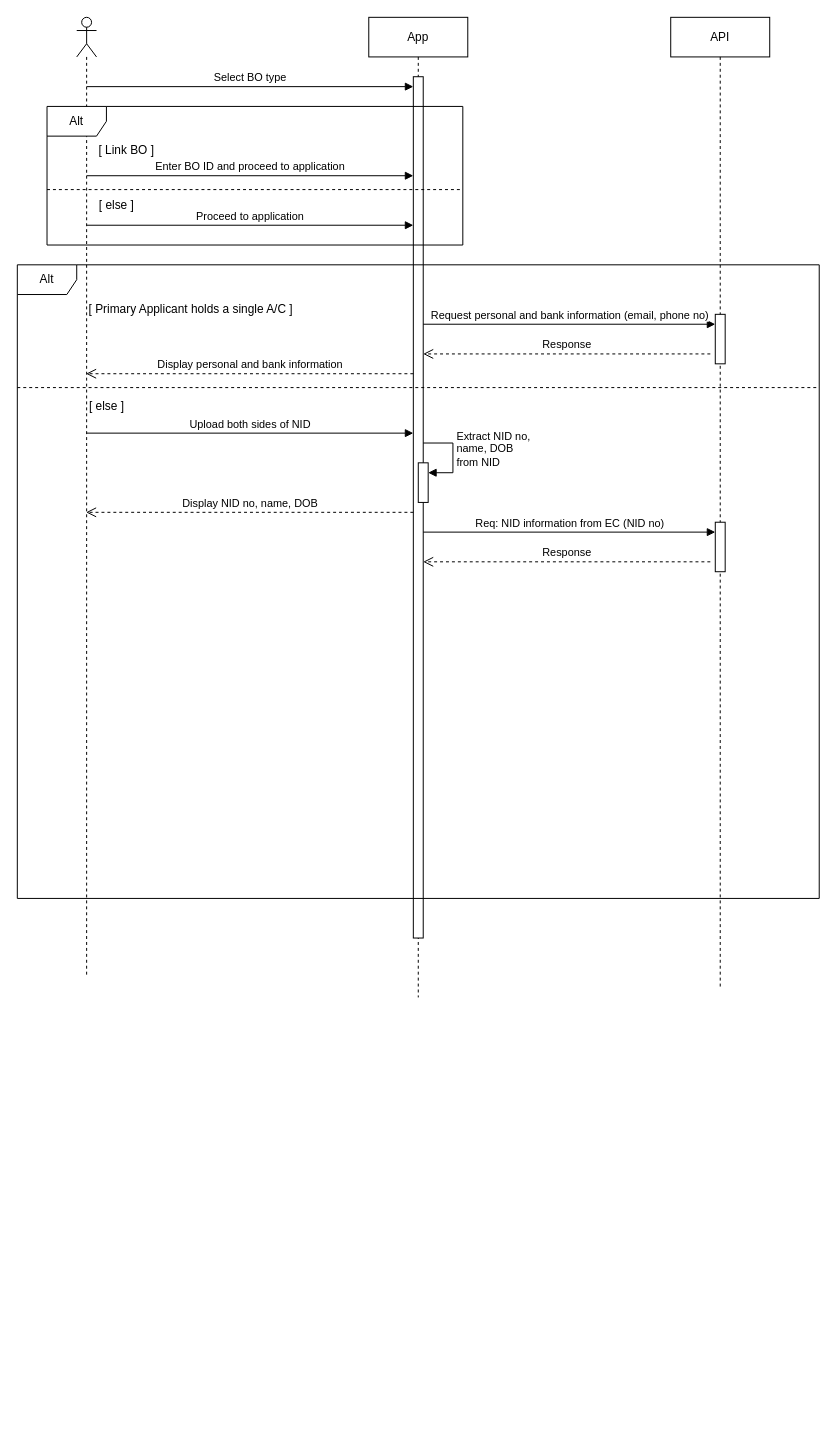
This is page "Page-3" (3 of 3) of src/assets/onboarding_first_demo.drawio from Eritra064/test_repo, a draw.io file, before an edit. Source tidied: cells renumbered, new cells numbered last; positions are measured from the earlier drawing's top-left corner, leaving out a move shared by most shapes. Both pictures are drawn from the tidied source at 99%, with x=0, y=0 at pixel (17, 17).
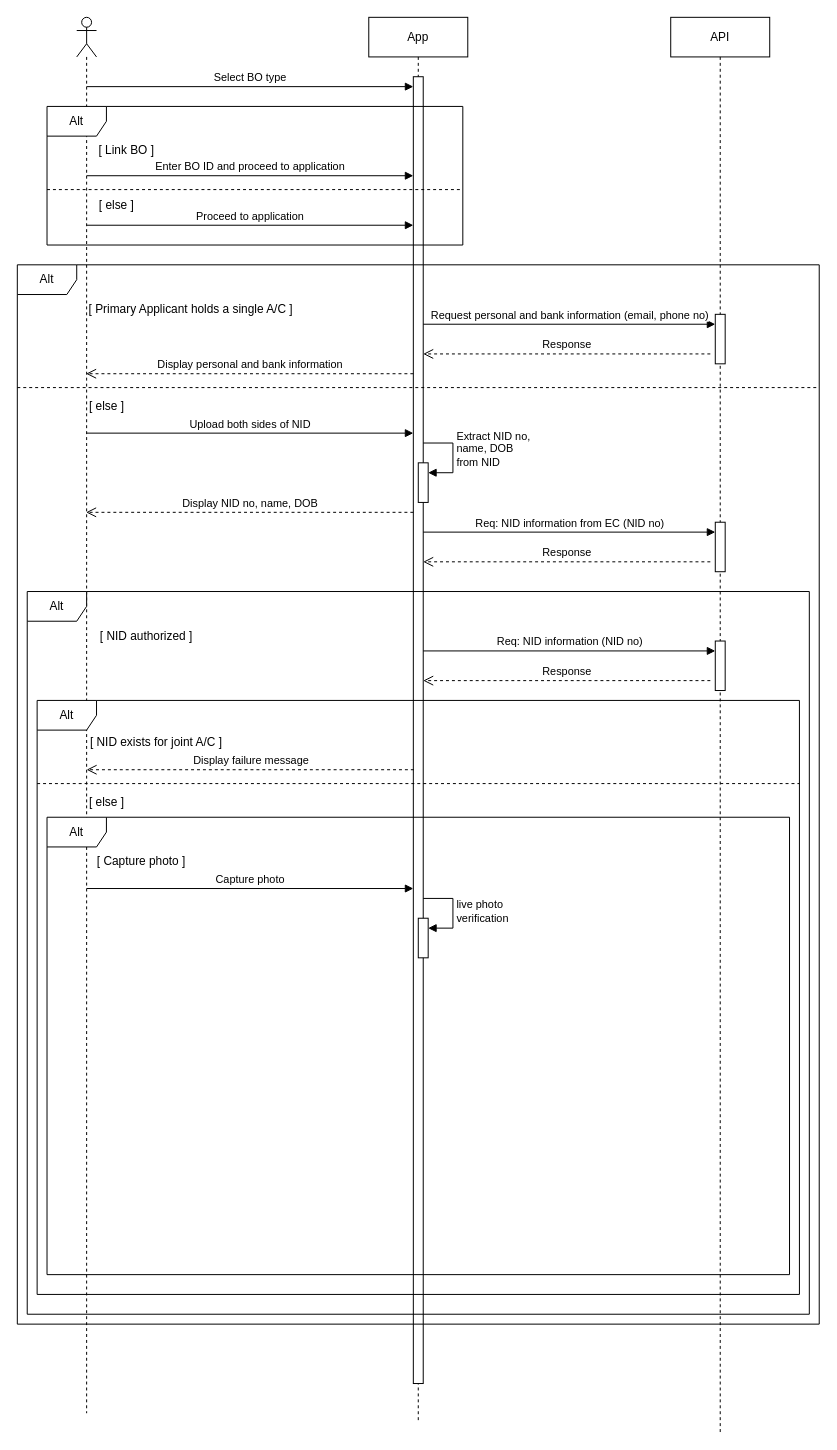
The same diagram, later.

Change to the diagram source:
```diff
@@
     <mxCell id="2" style="shape=umlLifeline;perimeter=lifelinePerimeter;whiteSpace=wrap;html=1;outlineConnect=0;portConstraint=eastwest;newEdgeStyle={&quot;curved&quot;:0,&quot;rounded&quot;:0};participant=umlActor;" parent="1" vertex="1">
-      <mxGeometry x="60" width="20" height="970" as="geometry" />
+      <mxGeometry x="60" width="20" height="1410" as="geometry" />
     </mxCell>
     <mxCell id="3" value="App" style="shape=umlLifeline;perimeter=lifelinePerimeter;whiteSpace=wrap;html=1;newEdgeStyle={&quot;curved&quot;:0,&quot;rounded&quot;:0};" parent="1" vertex="1">
-      <mxGeometry x="355" width="100" height="990" as="geometry" />
+      <mxGeometry x="355" width="100" height="1420" as="geometry" />
     </mxCell>
     <mxCell id="4" style="html=1;points=[[0,0,0,0,5],[0,1,0,0,-5],[1,0,0,0,5],[1,1,0,0,-5]];perimeter=orthogonalPerimeter;outlineConnect=0;targetShapes=umlLifeline;portConstraint=eastwest;newEdgeStyle={&quot;curved&quot;:0,&quot;rounded&quot;:0};" parent="3" vertex="1">
-      <mxGeometry x="45" y="60" width="10" height="870" as="geometry" />
+      <mxGeometry x="45" y="60" width="10" height="1320" as="geometry" />
     </mxCell>
     <mxCell id="5" value="API" style="shape=umlLifeline;perimeter=lifelinePerimeter;whiteSpace=wrap;html=1;newEdgeStyle={&quot;curved&quot;:0,&quot;rounded&quot;:0};" parent="1" vertex="1">
-      <mxGeometry x="660" width="100" height="980" as="geometry" />
+      <mxGeometry x="660" width="100" height="1430" as="geometry" />
     </mxCell>
@@
     <mxCell id="13" value="Alt" style="shape=umlFrame;whiteSpace=wrap;html=1;" parent="1" vertex="1">
-      <mxGeometry y="250" width="810" height="640" as="geometry" />
+      <mxGeometry y="250" width="810" height="1070" as="geometry" />
     </mxCell>
@@
+    <mxCell id="28" value="Alt" style="shape=umlFrame;whiteSpace=wrap;html=1;" parent="1" vertex="1">
+      <mxGeometry x="10" y="580" width="790" height="730" as="geometry" />
+    </mxCell>
+    <mxCell id="29" value="[ NID authorized ]" style="text;html=1;align=center;verticalAlign=middle;strokeColor=none;fillColor=none;" parent="1" vertex="1">
+      <mxGeometry x="70" y="610" width="120" height="30" as="geometry" />
+    </mxCell>
+    <mxCell id="30" style="html=1;points=[[0,0,0,0,5],[0,1,0,0,-5],[1,0,0,0,5],[1,1,0,0,-5]];perimeter=orthogonalPerimeter;outlineConnect=0;targetShapes=umlLifeline;portConstraint=eastwest;newEdgeStyle={&quot;curved&quot;:0,&quot;rounded&quot;:0};" parent="1" vertex="1">
+      <mxGeometry x="705" y="630" width="10" height="50" as="geometry" />
+    </mxCell>
+    <mxCell id="31" value="Req: NID information (NID no)" style="html=1;verticalAlign=bottom;endArrow=block;curved=0;rounded=0;" parent="1" edge="1" target="30">
+      <mxGeometry relative="1" as="geometry">
+        <mxPoint x="410" y="640" as="sourcePoint" />
+      </mxGeometry>
+    </mxCell>
+    <mxCell id="32" value="Response" style="html=1;verticalAlign=bottom;endArrow=open;dashed=1;endSize=8;curved=0;rounded=0;" parent="1" edge="1" target="4">
+      <mxGeometry relative="1" as="geometry">
+        <mxPoint x="700" y="670" as="sourcePoint" />
+      </mxGeometry>
+    </mxCell>
+    <mxCell id="33" value="Alt" style="shape=umlFrame;whiteSpace=wrap;html=1;" parent="1" vertex="1">
+      <mxGeometry x="20" y="690" width="770" height="600" as="geometry" />
+    </mxCell>
+    <mxCell id="34" value="[ NID exists for joint A/C ]" style="text;html=1;align=center;verticalAlign=middle;strokeColor=none;fillColor=none;" parent="1" vertex="1">
+      <mxGeometry x="60" y="718" width="160" height="30" as="geometry" />
+    </mxCell>
+    <mxCell id="35" value="Display failure message" style="html=1;verticalAlign=bottom;endArrow=open;dashed=1;endSize=8;curved=0;rounded=0;" parent="1" edge="1">
+      <mxGeometry relative="1" as="geometry">
+        <mxPoint x="400.5" y="760" as="sourcePoint" />
+        <mxPoint x="70" y="760" as="targetPoint" />
+      </mxGeometry>
+    </mxCell>
+    <mxCell id="36" style="line;strokeWidth=1;fillColor=none;align=left;verticalAlign=middle;spacingTop=-1;spacingLeft=3;spacingRight=3;labelPosition=right;strokeColor=inherit;dashed=1;" parent="1" vertex="1">
+      <mxGeometry x="20" y="770" width="770" height="8" as="geometry" />
+    </mxCell>
+    <mxCell id="37" value="[ else ]" style="text;html=1;align=center;verticalAlign=middle;strokeColor=none;fillColor=none;" parent="1" vertex="1">
+      <mxGeometry x="60" y="778" width="60" height="30" as="geometry" />
+    </mxCell>
+    <mxCell id="38" value="Alt" style="shape=umlFrame;whiteSpace=wrap;html=1;" parent="1" vertex="1">
+      <mxGeometry x="30" y="808" width="750" height="462" as="geometry" />
+    </mxCell>
+    <mxCell id="39" value="[ Capture photo ]" style="text;html=1;align=center;verticalAlign=middle;strokeColor=none;fillColor=none;" parent="1" vertex="1">
+      <mxGeometry x="70" y="838" width="110" height="30" as="geometry" />
+    </mxCell>
+    <mxCell id="40" value="Capture photo" style="html=1;verticalAlign=bottom;endArrow=block;curved=0;rounded=0;" parent="1" edge="1" target="4">
+      <mxGeometry relative="1" as="geometry">
+        <mxPoint x="70" y="880" as="sourcePoint" />
+      </mxGeometry>
+    </mxCell>
+    <mxCell id="41" style="html=1;points=[[0,0,0,0,5],[0,1,0,0,-5],[1,0,0,0,5],[1,1,0,0,-5]];perimeter=orthogonalPerimeter;outlineConnect=0;targetShapes=umlLifeline;portConstraint=eastwest;newEdgeStyle={&quot;curved&quot;:0,&quot;rounded&quot;:0};" parent="1" vertex="1">
+      <mxGeometry x="405" y="910" width="10" height="40" as="geometry" />
+    </mxCell>
+    <mxCell id="42" value="live photo&lt;div&gt;verification&lt;/div&gt;" style="html=1;align=left;spacingLeft=2;endArrow=block;rounded=0;edgeStyle=orthogonalEdgeStyle;curved=0;rounded=0;" parent="1" edge="1" target="41">
+      <mxGeometry relative="1" as="geometry">
+        <mxPoint x="410" y="890" as="sourcePoint" />
+        <Array as="points">
+          <mxPoint x="440" y="920" />
+        </Array>
+      </mxGeometry>
+    </mxCell>
```
